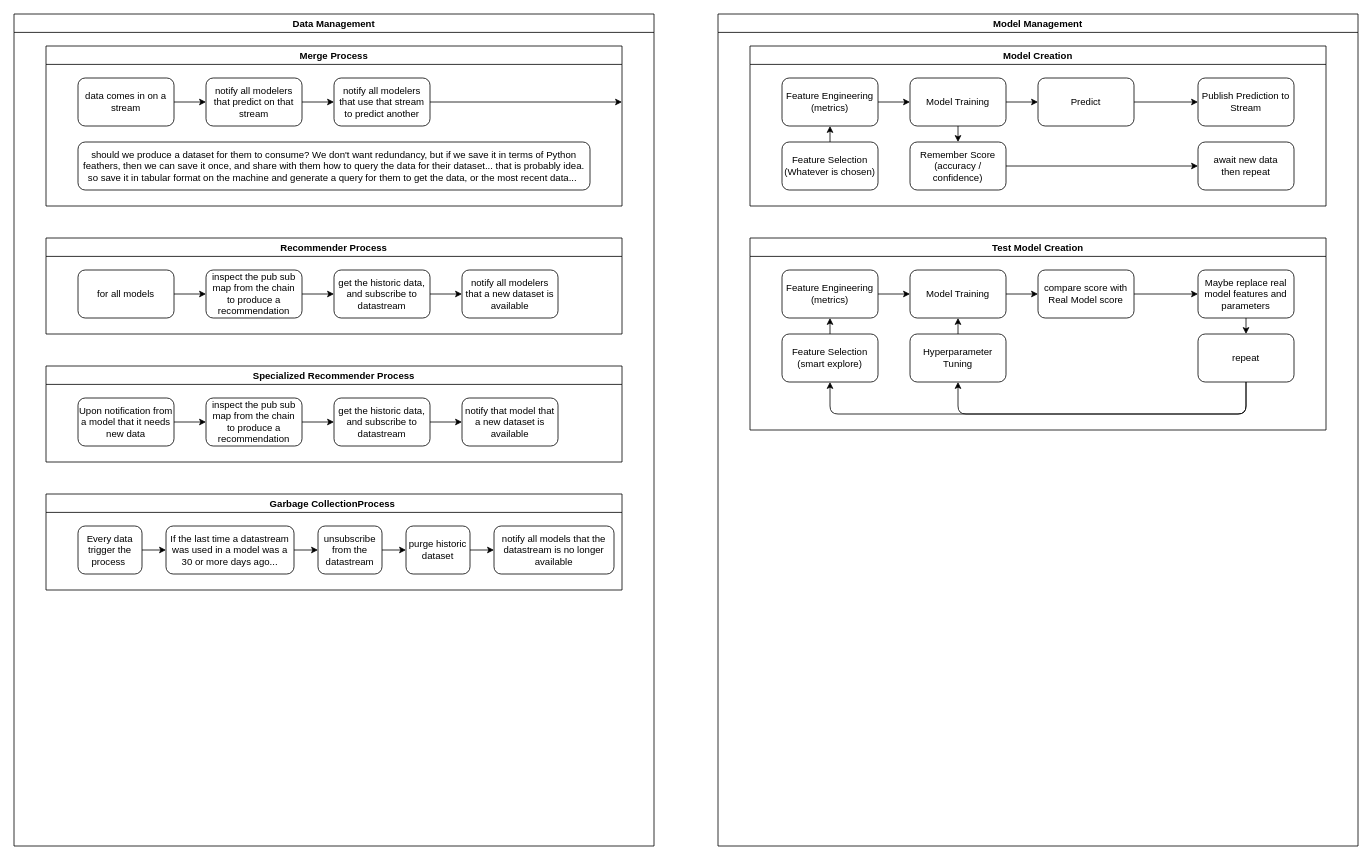
The draw.io diagram docs/diagrams/components.drawio in SatoriNetwork/Satori, before the edit. Source tidied: cells renumbered, new cells numbered last; positions are measured from the earlier drawing's top-left corner, leaving out a move shared by most shapes. Both pictures are drawn from the tidied source at 80%, with x=0, y=0 at pixel (14, 14).
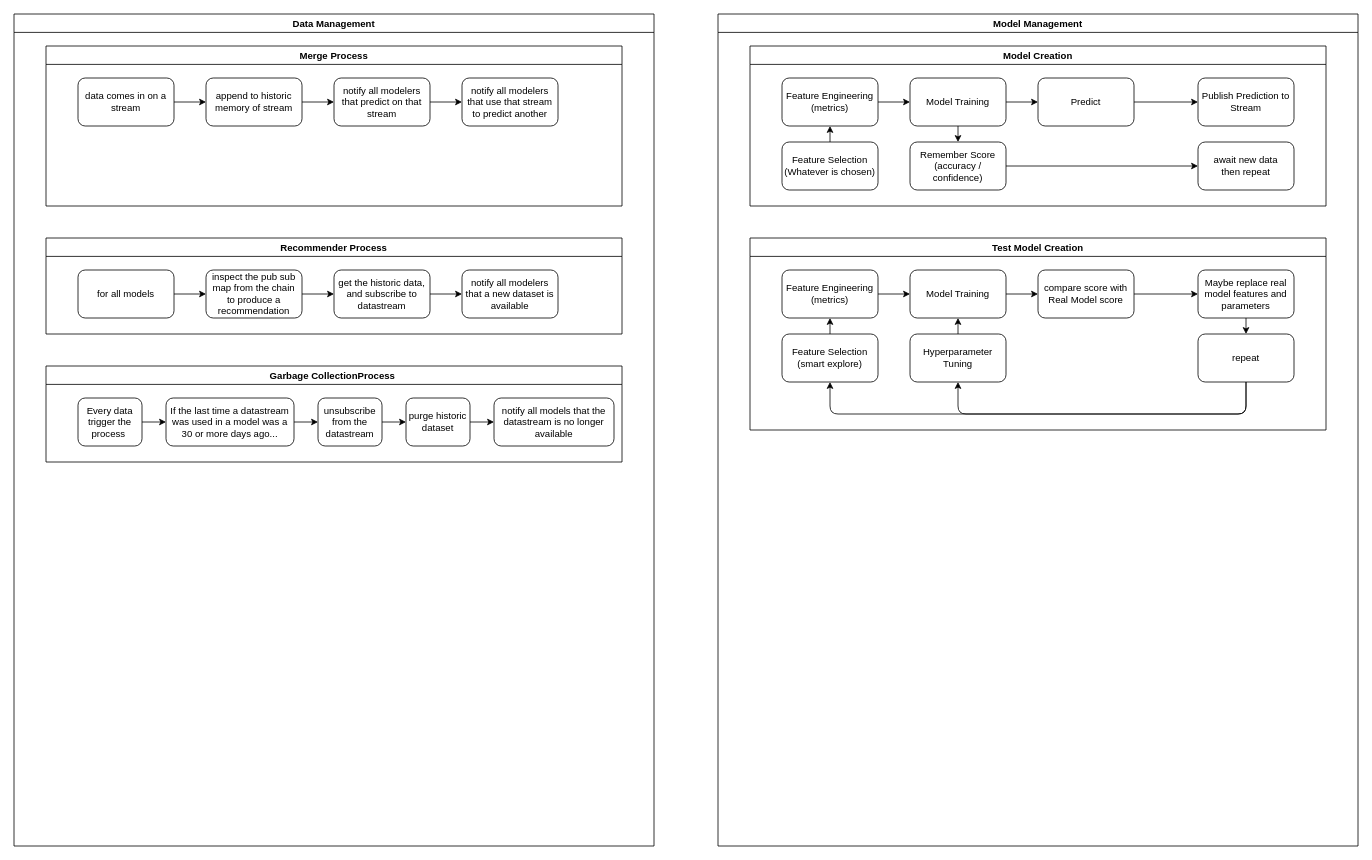
After the change.

Unchanged cells that the change refers to:
```xml
<mxCell id="2" value="Data Management" style="swimlane;" parent="1" vertex="1">
  <mxGeometry width="800" height="1040" as="geometry" />
</mxCell>
<mxCell id="3" value="Merge Process" style="swimlane;" parent="2" vertex="1">
  <mxGeometry x="40" y="40" width="720" height="200" as="geometry" />
</mxCell>
<mxCell id="13" value="data comes in on a stream" style="rounded=1;whiteSpace=wrap;html=1;" parent="3" vertex="1">
  <mxGeometry x="40" y="40" width="120" height="60" as="geometry" />
</mxCell>
```

Diff of the diagram source:
```diff
@@
-    <mxCell id="9" style="edgeStyle=none;html=1;entryX=0;entryY=0.5;entryDx=0;entryDy=0;" parent="3" edge="1">
-      <mxGeometry relative="1" as="geometry">
-        <mxPoint x="480" y="70" as="sourcePoint" />
-        <mxPoint x="720" y="70" as="targetPoint" />
-      </mxGeometry>
-    </mxCell>
@@
     <mxCell id="11" value="notify all modelers that predict on that stream" style="rounded=1;whiteSpace=wrap;html=1;" parent="3" vertex="1">
-      <mxGeometry x="200" y="40" width="120" height="60" as="geometry" />
+      <mxGeometry x="360" y="40" width="120" height="60" as="geometry" />
     </mxCell>
-    <mxCell id="12" style="edgeStyle=orthogonalEdgeStyle;html=1;" parent="3" edge="1" source="13" target="11">
+    <mxCell id="12" style="edgeStyle=orthogonalEdgeStyle;html=1;entryX=0;entryY=0.5;entryDx=0;entryDy=0;" parent="3" edge="1" source="13" target="96">
       <mxGeometry relative="1" as="geometry" />
     </mxCell>
@@
+    <mxCell id="95" style="edgeStyle=none;html=1;entryX=0;entryY=0.5;entryDx=0;entryDy=0;" parent="3" edge="1" source="96" target="11">
+      <mxGeometry relative="1" as="geometry" />
+    </mxCell>
+    <mxCell id="96" value="append to historic memory of stream" style="rounded=1;whiteSpace=wrap;html=1;" parent="3" vertex="1">
+      <mxGeometry x="200" y="40" width="120" height="60" as="geometry" />
+    </mxCell>
     <mxCell id="14" value="notify all modelers that use that stream to predict another" style="rounded=1;whiteSpace=wrap;html=1;" parent="3" vertex="1">
-      <mxGeometry x="360" y="40" width="120" height="60" as="geometry" />
+      <mxGeometry x="520" y="40" width="120" height="60" as="geometry" />
     </mxCell>
-    <mxCell id="15" value="should we produce a dataset for them to consume? We don't want redundancy, but if we save it in terms of Python feathers, then we can save it once, and share with them how to query the data for their dataset... that is probably idea. so save it in tabular format on the machine and generate a query for them to get the data, or the most recent data...&amp;nbsp;" style="rounded=1;whiteSpace=wrap;html=1;" parent="3" vertex="1">
-      <mxGeometry x="40" y="120" width="640" height="60" as="geometry" />
-    </mxCell>
@@
-    <mxCell id="29" value="Specialized Recommender Process" style="swimlane;" parent="2" vertex="1">
-      <mxGeometry x="40" y="440" width="720" height="120" as="geometry" />
-    </mxCell>
-    <mxCell id="30" style="edgeStyle=none;html=1;" parent="29" edge="1">
-      <mxGeometry relative="1" as="geometry">
-        <mxPoint x="160" y="70" as="sourcePoint" />
-      </mxGeometry>
-    </mxCell>
-    <mxCell id="31" style="edgeStyle=none;html=1;entryX=0.5;entryY=1;entryDx=0;entryDy=0;" parent="29" edge="1">
-      <mxGeometry relative="1" as="geometry">
-        <mxPoint x="100" y="100" as="targetPoint" />
-      </mxGeometry>
-    </mxCell>
-    <mxCell id="32" style="edgeStyle=none;html=1;" parent="29" edge="1">
-      <mxGeometry relative="1" as="geometry">
-        <mxPoint x="320" y="70" as="sourcePoint" />
-      </mxGeometry>
-    </mxCell>
-    <mxCell id="33" style="edgeStyle=none;html=1;" parent="29" edge="1">
-      <mxGeometry relative="1" as="geometry">
-        <mxPoint x="260" y="120" as="targetPoint" />
-      </mxGeometry>
-    </mxCell>
-    <mxCell id="34" style="edgeStyle=orthogonalEdgeStyle;html=1;entryX=0;entryY=0.5;entryDx=0;entryDy=0;" parent="29" edge="1">
-      <mxGeometry relative="1" as="geometry">
-        <mxPoint x="560" y="150" as="targetPoint" />
-      </mxGeometry>
-    </mxCell>
-    <mxCell id="35" style="edgeStyle=none;html=1;entryX=0;entryY=0.5;entryDx=0;entryDy=0;" parent="29" edge="1" target="41">
-      <mxGeometry relative="1" as="geometry">
-        <mxPoint x="480" y="70" as="sourcePoint" />
-      </mxGeometry>
-    </mxCell>
-    <mxCell id="36" style="edgeStyle=orthogonalEdgeStyle;html=1;entryX=0;entryY=0.5;entryDx=0;entryDy=0;" parent="29" edge="1" source="37" target="40">
-      <mxGeometry relative="1" as="geometry" />
-    </mxCell>
-    <mxCell id="37" value="inspect the pub sub map from the chain&lt;br&gt;to produce a recommendation" style="rounded=1;whiteSpace=wrap;html=1;" parent="29" vertex="1">
-      <mxGeometry x="200" y="40" width="120" height="60" as="geometry" />
-    </mxCell>
-    <mxCell id="38" style="edgeStyle=orthogonalEdgeStyle;html=1;" parent="29" edge="1" source="39" target="37">
-      <mxGeometry relative="1" as="geometry" />
-    </mxCell>
-    <mxCell id="39" value="Upon notification from a model that it needs new data" style="rounded=1;whiteSpace=wrap;html=1;" parent="29" vertex="1">
-      <mxGeometry x="40" y="40" width="120" height="60" as="geometry" />
-    </mxCell>
-    <mxCell id="40" value="get the historic data, and subscribe to datastream" style="rounded=1;whiteSpace=wrap;html=1;" parent="29" vertex="1">
-      <mxGeometry x="360" y="40" width="120" height="60" as="geometry" />
-    </mxCell>
-    <mxCell id="41" value="notify that model that a new dataset is available" style="rounded=1;whiteSpace=wrap;html=1;" parent="29" vertex="1">
-      <mxGeometry x="520" y="40" width="120" height="60" as="geometry" />
-    </mxCell>
     <mxCell id="42" value="Garbage CollectionProcess " style="swimlane;" parent="2" vertex="1">
-      <mxGeometry x="40" y="600" width="720" height="120" as="geometry" />
+      <mxGeometry x="40" y="440" width="720" height="120" as="geometry" />
     </mxCell>
```
